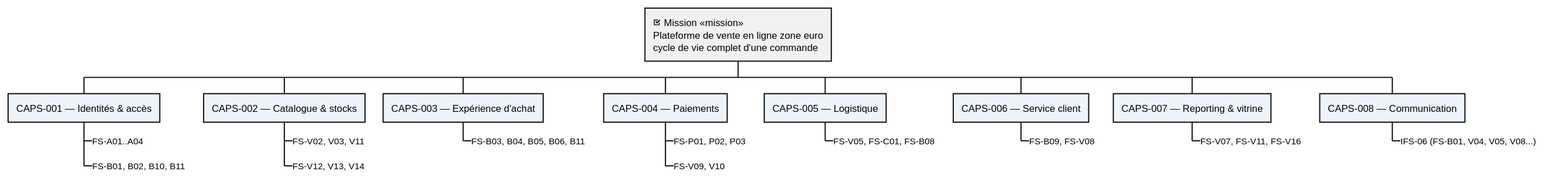
Earlier version of the PlantUML export architecture/02-system-analysis/diagrams/sa-mission-caps-functions.svg (louistalvande/online_shop).
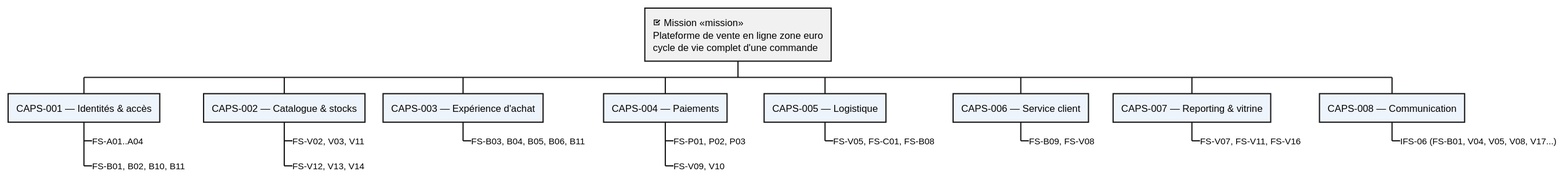
After the change.

Change to the diagram source:
```diff
@@ -42,5 +42,5 @@
 ***_ FS-V07, FS-V11, FS-V16 <<funcs>>
 
 ** CAPS-008 — Communication <<caps>>
-***_ IFS-06 (FS-B01, V04, V05, V08...) <<funcs>>
+***_ IFS-06 (FS-B01, V04, V05, V08, V17...) <<funcs>>
 @endwbs
```
